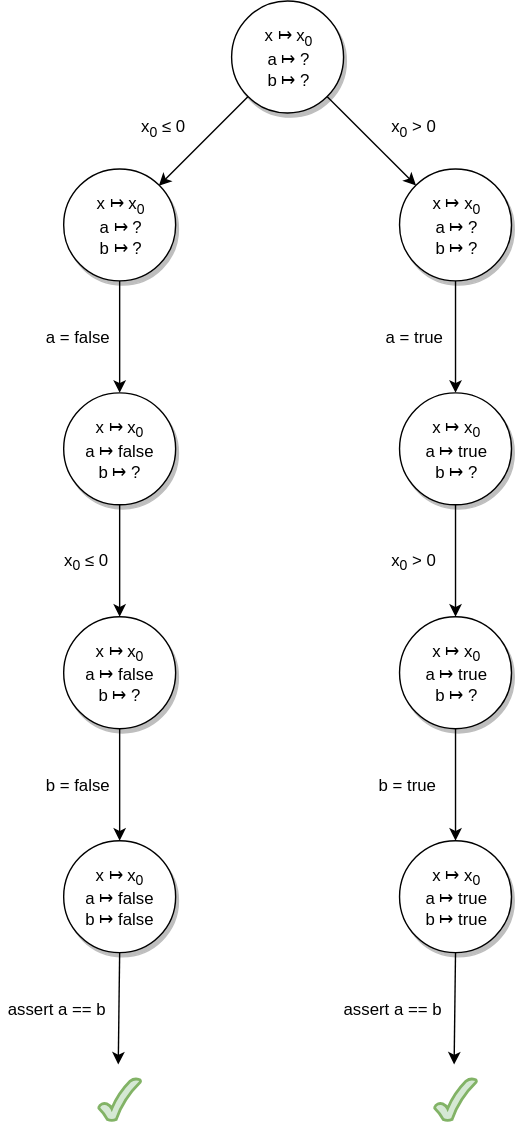
The draw.io diagram assets/doubleif_symbolic_tree.svg in pietrobraione/jbse-manual, before a commit. Source tidied: cells renumbered, new cells last; positions are measured from the earlier drawing's top-left corner, leaving out a move shared by most shapes. The source it was exported from:
```xml
<mxGraphModel>
  <root>
    <mxCell id="0" />
    <mxCell id="1" parent="0" />
    <mxCell id="2" style="edgeStyle=none;rounded=0;html=1;jettySize=auto;exitX=1;exitY=1;" parent="1" edge="1" source="4">
      <mxGeometry relative="1" as="geometry">
        <mxPoint x="296.7" y="131.7" as="targetPoint" />
      </mxGeometry>
    </mxCell>
    <mxCell id="3" style="edgeStyle=none;rounded=0;html=1;jettySize=auto;exitX=0;exitY=1;entryX=1;entryY=0;" parent="1" edge="1" source="4" target="8">
      <mxGeometry relative="1" as="geometry" />
    </mxCell>
    <mxCell id="4" value="x ↦ x&lt;sub&gt;0&lt;br&gt;&lt;/sub&gt;a ↦ ?&lt;br&gt;b ↦ ?&lt;br&gt;" style="ellipse;whiteSpace=wrap;html=1;shadow=1;gradientColor=none;" parent="1" vertex="1">
      <mxGeometry x="165" width="80" height="80" as="geometry" />
    </mxCell>
    <mxCell id="5" value="x&lt;sub&gt;0&lt;/sub&gt; ≤ 0" style="text;html=1;strokeColor=none;fillColor=none;align=center;verticalAlign=middle;whiteSpace=wrap;rounded=0;shadow=0;comic=0;" parent="1" vertex="1">
      <mxGeometry x="95" y="80" width="40" height="20" as="geometry" />
    </mxCell>
    <mxCell id="6" value="x&lt;sub&gt;0&lt;/sub&gt;&amp;nbsp;&amp;gt; 0" style="text;html=1;strokeColor=none;fillColor=none;align=center;verticalAlign=middle;whiteSpace=wrap;rounded=0;shadow=0;comic=0;" parent="1" vertex="1">
      <mxGeometry x="275" y="80" width="40" height="20" as="geometry" />
    </mxCell>
    <mxCell id="7" style="edgeStyle=none;rounded=0;html=1;exitX=0.5;exitY=1;entryX=0.5;entryY=1;jettySize=auto;orthogonalLoop=1;" parent="1" edge="1" source="6" target="6">
      <mxGeometry relative="1" as="geometry" />
    </mxCell>
    <mxCell id="8" value="x ↦ x&lt;sub&gt;0&lt;br&gt;&lt;/sub&gt;a ↦ ?&lt;br&gt;b ↦ ?&lt;br&gt;" style="ellipse;whiteSpace=wrap;html=1;shadow=1;gradientColor=none;" parent="1" vertex="1">
      <mxGeometry x="45" y="120" width="80" height="80" as="geometry" />
    </mxCell>
    <mxCell id="9" value="x ↦ x&lt;sub&gt;0&lt;br&gt;&lt;/sub&gt;a ↦ ?&lt;br&gt;b ↦ ?&lt;br&gt;" style="ellipse;whiteSpace=wrap;html=1;shadow=1;gradientColor=none;" parent="1" vertex="1">
      <mxGeometry x="285" y="120" width="80" height="80" as="geometry" />
    </mxCell>
    <mxCell id="10" style="edgeStyle=none;rounded=0;html=1;jettySize=auto;exitX=0.5;exitY=1;" parent="1" edge="1" source="8">
      <mxGeometry relative="1" as="geometry">
        <mxPoint x="85" y="280" as="targetPoint" />
      </mxGeometry>
    </mxCell>
    <mxCell id="11" style="edgeStyle=none;rounded=0;html=1;jettySize=auto;exitX=0.5;exitY=1;" parent="1" edge="1" source="9">
      <mxGeometry relative="1" as="geometry">
        <mxPoint x="325" y="280" as="targetPoint" />
      </mxGeometry>
    </mxCell>
    <mxCell id="12" value="x ↦ x&lt;sub&gt;0&lt;br&gt;&lt;/sub&gt;a ↦ false&lt;br&gt;b ↦ ?&lt;br&gt;" style="ellipse;whiteSpace=wrap;html=1;shadow=1;gradientColor=none;" parent="1" vertex="1">
      <mxGeometry x="45" y="280" width="80" height="80" as="geometry" />
    </mxCell>
    <mxCell id="13" value="x ↦ x&lt;sub&gt;0&lt;br&gt;&lt;/sub&gt;a ↦ true&lt;br&gt;b ↦ ?&lt;br&gt;" style="ellipse;whiteSpace=wrap;html=1;shadow=1;gradientColor=none;" parent="1" vertex="1">
      <mxGeometry x="285" y="280" width="80" height="80" as="geometry" />
    </mxCell>
    <mxCell id="14" value="a = false" style="text;html=1;strokeColor=none;fillColor=none;align=center;verticalAlign=middle;whiteSpace=wrap;rounded=0;shadow=0;comic=0;" parent="1" vertex="1">
      <mxGeometry x="30" y="230" width="50" height="20" as="geometry" />
    </mxCell>
    <mxCell id="15" value="a = true" style="text;html=1;strokeColor=none;fillColor=none;align=center;verticalAlign=middle;whiteSpace=wrap;rounded=0;shadow=0;comic=0;" parent="1" vertex="1">
      <mxGeometry x="270" y="230" width="50" height="20" as="geometry" />
    </mxCell>
    <mxCell id="16" style="edgeStyle=none;rounded=0;html=1;jettySize=auto;exitX=0.5;exitY=1;entryX=0.5;entryY=0;" parent="1" edge="1" source="12" target="20">
      <mxGeometry relative="1" as="geometry" />
    </mxCell>
    <mxCell id="17" style="edgeStyle=none;rounded=0;html=1;jettySize=auto;exitX=0.5;exitY=1;entryX=0.5;entryY=0;" parent="1" edge="1" source="13" target="21">
      <mxGeometry relative="1" as="geometry" />
    </mxCell>
    <mxCell id="18" value="x&lt;sub&gt;0&lt;/sub&gt; ≤ 0" style="text;html=1;strokeColor=none;fillColor=none;align=center;verticalAlign=middle;whiteSpace=wrap;rounded=0;shadow=0;comic=0;" parent="1" vertex="1">
      <mxGeometry x="40" y="390" width="40" height="20" as="geometry" />
    </mxCell>
    <mxCell id="19" value="x&lt;sub&gt;0&lt;/sub&gt;&amp;nbsp;&amp;gt; 0" style="text;html=1;strokeColor=none;fillColor=none;align=center;verticalAlign=middle;whiteSpace=wrap;rounded=0;shadow=0;comic=0;" parent="1" vertex="1">
      <mxGeometry x="275" y="390" width="40" height="20" as="geometry" />
    </mxCell>
    <mxCell id="20" value="x ↦ x&lt;sub&gt;0&lt;br&gt;&lt;/sub&gt;a ↦ false&lt;br&gt;b ↦ ?&lt;br&gt;" style="ellipse;whiteSpace=wrap;html=1;shadow=1;gradientColor=none;" parent="1" vertex="1">
      <mxGeometry x="45" y="440" width="80" height="80" as="geometry" />
    </mxCell>
    <mxCell id="21" value="x ↦ x&lt;sub&gt;0&lt;br&gt;&lt;/sub&gt;a ↦ true&lt;br&gt;b ↦ ?&lt;br&gt;" style="ellipse;whiteSpace=wrap;html=1;shadow=1;gradientColor=none;" parent="1" vertex="1">
      <mxGeometry x="285" y="440" width="80" height="80" as="geometry" />
    </mxCell>
    <mxCell id="22" style="edgeStyle=none;rounded=0;html=1;jettySize=auto;exitX=0.5;exitY=1;entryX=0.5;entryY=0;" parent="1" edge="1" source="20" target="24">
      <mxGeometry relative="1" as="geometry" />
    </mxCell>
    <mxCell id="23" style="edgeStyle=none;rounded=0;html=1;jettySize=auto;exitX=0.5;exitY=1;" parent="1" edge="1" source="21">
      <mxGeometry relative="1" as="geometry">
        <mxPoint x="325" y="600" as="targetPoint" />
      </mxGeometry>
    </mxCell>
    <mxCell id="24" value="x ↦ x&lt;sub&gt;0&lt;br&gt;&lt;/sub&gt;a ↦ false&lt;br&gt;b ↦ false&lt;br&gt;" style="ellipse;whiteSpace=wrap;html=1;shadow=1;gradientColor=none;" parent="1" vertex="1">
      <mxGeometry x="45" y="600" width="80" height="80" as="geometry" />
    </mxCell>
    <mxCell id="25" value="x ↦ x&lt;sub&gt;0&lt;br&gt;&lt;/sub&gt;a ↦ true&lt;br&gt;b ↦ true&lt;br&gt;" style="ellipse;whiteSpace=wrap;html=1;shadow=1;gradientColor=none;" parent="1" vertex="1">
      <mxGeometry x="285" y="600" width="80" height="80" as="geometry" />
    </mxCell>
    <mxCell id="26" value="b = false" style="text;html=1;strokeColor=none;fillColor=none;align=center;verticalAlign=middle;whiteSpace=wrap;rounded=0;shadow=0;comic=0;" parent="1" vertex="1">
      <mxGeometry x="30" y="550" width="50" height="20" as="geometry" />
    </mxCell>
    <mxCell id="27" value="b = true" style="text;html=1;strokeColor=none;fillColor=none;align=center;verticalAlign=middle;whiteSpace=wrap;rounded=0;shadow=0;comic=0;" parent="1" vertex="1">
      <mxGeometry x="265" y="550" width="50" height="20" as="geometry" />
    </mxCell>
    <mxCell id="28" style="verticalLabelPosition=bottom;verticalAlign=top;html=1;strokeWidth=2;shape=mxgraph.basic.tick;rounded=0;shadow=0;comic=0;fillColor=#d5e8d4;strokeColor=#82b366;" parent="1" vertex="1">
      <mxGeometry x="70" y="770" width="30" height="30" as="geometry" />
    </mxCell>
    <mxCell id="29" style="edgeStyle=none;rounded=0;html=1;jettySize=auto;entryX=0.5;entryY=0;exitX=0.5;exitY=1;" parent="1" edge="1" source="24">
      <mxGeometry relative="1" as="geometry">
        <mxPoint x="84" y="760" as="targetPoint" />
      </mxGeometry>
    </mxCell>
    <mxCell id="30" style="verticalLabelPosition=bottom;verticalAlign=top;html=1;strokeWidth=2;shape=mxgraph.basic.tick;rounded=0;shadow=0;comic=0;fillColor=#d5e8d4;strokeColor=#82b366;" parent="1" vertex="1">
      <mxGeometry x="310" y="770" width="30" height="30" as="geometry" />
    </mxCell>
    <mxCell id="31" style="edgeStyle=none;rounded=0;html=1;jettySize=auto;entryX=0.5;entryY=0;exitX=0.5;exitY=1;" parent="1" edge="1" source="25">
      <mxGeometry relative="1" as="geometry">
        <mxPoint x="324" y="760" as="targetPoint" />
      </mxGeometry>
    </mxCell>
    <mxCell id="32" value="assert a == b" style="text;html=1;strokeColor=none;fillColor=none;align=center;verticalAlign=middle;whiteSpace=wrap;rounded=0;shadow=0;comic=0;" parent="1" vertex="1">
      <mxGeometry y="710" width="80" height="20" as="geometry" />
    </mxCell>
    <mxCell id="33" value="assert a == b" style="text;html=1;strokeColor=none;fillColor=none;align=center;verticalAlign=middle;whiteSpace=wrap;rounded=0;shadow=0;comic=0;" parent="1" vertex="1">
      <mxGeometry x="240" y="710" width="80" height="20" as="geometry" />
    </mxCell>
  </root>
</mxGraphModel>
```
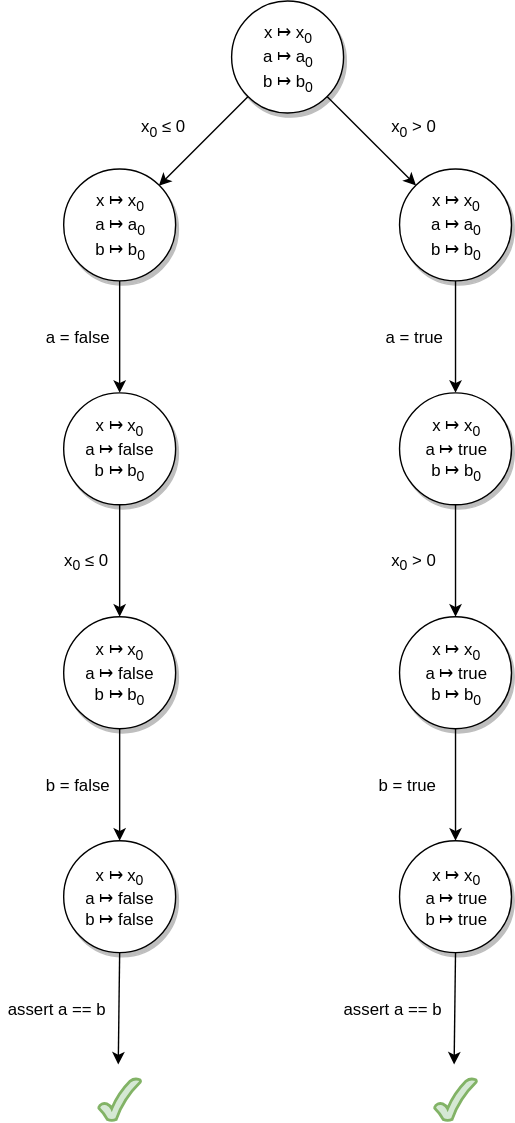
After the change.

Commit message:
Track 1 files into repository.

- modified assets/doubleif_symbolic_tree.svg

Discard 1 files from repository.

- untracked .DS_Store

Auto commit by GitBook Editor

The edit, as a diff of the source:
```diff
@@ -10,7 +10,7 @@
     <mxCell id="3" style="edgeStyle=none;rounded=0;html=1;jettySize=auto;exitX=0;exitY=1;entryX=1;entryY=0;" parent="1" edge="1" source="4" target="8">
       <mxGeometry relative="1" as="geometry" />
     </mxCell>
-    <mxCell id="4" value="x ↦ x&lt;sub&gt;0&lt;br&gt;&lt;/sub&gt;a ↦ ?&lt;br&gt;b ↦ ?&lt;br&gt;" style="ellipse;whiteSpace=wrap;html=1;shadow=1;gradientColor=none;" parent="1" vertex="1">
+    <mxCell id="4" value="x ↦ x&lt;sub&gt;0&lt;br&gt;&lt;/sub&gt;a ↦ a&lt;sub&gt;0&lt;/sub&gt;&lt;br&gt;b ↦ b&lt;sub&gt;0&lt;/sub&gt;&lt;br&gt;" style="ellipse;whiteSpace=wrap;html=1;shadow=1;gradientColor=none;" parent="1" vertex="1">
       <mxGeometry x="165" width="80" height="80" as="geometry" />
     </mxCell>
     <mxCell id="5" value="x&lt;sub&gt;0&lt;/sub&gt; ≤ 0" style="text;html=1;strokeColor=none;fillColor=none;align=center;verticalAlign=middle;whiteSpace=wrap;rounded=0;shadow=0;comic=0;" parent="1" vertex="1">
@@ -22,10 +22,10 @@
     <mxCell id="7" style="edgeStyle=none;rounded=0;html=1;exitX=0.5;exitY=1;entryX=0.5;entryY=1;jettySize=auto;orthogonalLoop=1;" parent="1" edge="1" source="6" target="6">
       <mxGeometry relative="1" as="geometry" />
     </mxCell>
-    <mxCell id="8" value="x ↦ x&lt;sub&gt;0&lt;br&gt;&lt;/sub&gt;a ↦ ?&lt;br&gt;b ↦ ?&lt;br&gt;" style="ellipse;whiteSpace=wrap;html=1;shadow=1;gradientColor=none;" parent="1" vertex="1">
+    <mxCell id="8" value="x ↦ x&lt;sub&gt;0&lt;br&gt;&lt;/sub&gt;a ↦ a&lt;sub&gt;0&lt;/sub&gt;&lt;br&gt;b ↦ b&lt;sub&gt;0&lt;/sub&gt;&lt;br&gt;" style="ellipse;whiteSpace=wrap;html=1;shadow=1;gradientColor=none;" parent="1" vertex="1">
       <mxGeometry x="45" y="120" width="80" height="80" as="geometry" />
     </mxCell>
-    <mxCell id="9" value="x ↦ x&lt;sub&gt;0&lt;br&gt;&lt;/sub&gt;a ↦ ?&lt;br&gt;b ↦ ?&lt;br&gt;" style="ellipse;whiteSpace=wrap;html=1;shadow=1;gradientColor=none;" parent="1" vertex="1">
+    <mxCell id="9" value="x ↦ x&lt;sub&gt;0&lt;br&gt;&lt;/sub&gt;a ↦ a&lt;sub&gt;0&lt;/sub&gt;&lt;br&gt;b ↦ b&lt;sub&gt;0&lt;/sub&gt;&lt;br&gt;" style="ellipse;whiteSpace=wrap;html=1;shadow=1;gradientColor=none;" parent="1" vertex="1">
       <mxGeometry x="285" y="120" width="80" height="80" as="geometry" />
     </mxCell>
     <mxCell id="10" style="edgeStyle=none;rounded=0;html=1;jettySize=auto;exitX=0.5;exitY=1;" parent="1" edge="1" source="8">
@@ -38,10 +38,10 @@
         <mxPoint x="325" y="280" as="targetPoint" />
       </mxGeometry>
     </mxCell>
-    <mxCell id="12" value="x ↦ x&lt;sub&gt;0&lt;br&gt;&lt;/sub&gt;a ↦ false&lt;br&gt;b ↦ ?&lt;br&gt;" style="ellipse;whiteSpace=wrap;html=1;shadow=1;gradientColor=none;" parent="1" vertex="1">
+    <mxCell id="12" value="x ↦ x&lt;sub&gt;0&lt;br&gt;&lt;/sub&gt;a ↦ false&lt;br&gt;b ↦ b&lt;sub&gt;0&lt;/sub&gt;&lt;br&gt;" style="ellipse;whiteSpace=wrap;html=1;shadow=1;gradientColor=none;" parent="1" vertex="1">
       <mxGeometry x="45" y="280" width="80" height="80" as="geometry" />
     </mxCell>
-    <mxCell id="13" value="x ↦ x&lt;sub&gt;0&lt;br&gt;&lt;/sub&gt;a ↦ true&lt;br&gt;b ↦ ?&lt;br&gt;" style="ellipse;whiteSpace=wrap;html=1;shadow=1;gradientColor=none;" parent="1" vertex="1">
+    <mxCell id="13" value="x ↦ x&lt;sub&gt;0&lt;br&gt;&lt;/sub&gt;a ↦ true&lt;br&gt;b ↦ b&lt;sub&gt;0&lt;/sub&gt;&lt;br&gt;" style="ellipse;whiteSpace=wrap;html=1;shadow=1;gradientColor=none;" parent="1" vertex="1">
       <mxGeometry x="285" y="280" width="80" height="80" as="geometry" />
     </mxCell>
     <mxCell id="14" value="a = false" style="text;html=1;strokeColor=none;fillColor=none;align=center;verticalAlign=middle;whiteSpace=wrap;rounded=0;shadow=0;comic=0;" parent="1" vertex="1">
@@ -62,10 +62,10 @@
     <mxCell id="19" value="x&lt;sub&gt;0&lt;/sub&gt;&amp;nbsp;&amp;gt; 0" style="text;html=1;strokeColor=none;fillColor=none;align=center;verticalAlign=middle;whiteSpace=wrap;rounded=0;shadow=0;comic=0;" parent="1" vertex="1">
       <mxGeometry x="275" y="390" width="40" height="20" as="geometry" />
     </mxCell>
-    <mxCell id="20" value="x ↦ x&lt;sub&gt;0&lt;br&gt;&lt;/sub&gt;a ↦ false&lt;br&gt;b ↦ ?&lt;br&gt;" style="ellipse;whiteSpace=wrap;html=1;shadow=1;gradientColor=none;" parent="1" vertex="1">
+    <mxCell id="20" value="x ↦ x&lt;sub&gt;0&lt;br&gt;&lt;/sub&gt;a ↦ false&lt;br&gt;b ↦ b&lt;sub&gt;0&lt;/sub&gt;&lt;br&gt;" style="ellipse;whiteSpace=wrap;html=1;shadow=1;gradientColor=none;" parent="1" vertex="1">
       <mxGeometry x="45" y="440" width="80" height="80" as="geometry" />
     </mxCell>
-    <mxCell id="21" value="x ↦ x&lt;sub&gt;0&lt;br&gt;&lt;/sub&gt;a ↦ true&lt;br&gt;b ↦ ?&lt;br&gt;" style="ellipse;whiteSpace=wrap;html=1;shadow=1;gradientColor=none;" parent="1" vertex="1">
+    <mxCell id="21" value="x ↦ x&lt;sub&gt;0&lt;br&gt;&lt;/sub&gt;a ↦ true&lt;br&gt;b ↦ b&lt;sub&gt;0&lt;/sub&gt;&lt;br&gt;" style="ellipse;whiteSpace=wrap;html=1;shadow=1;gradientColor=none;" parent="1" vertex="1">
       <mxGeometry x="285" y="440" width="80" height="80" as="geometry" />
     </mxCell>
     <mxCell id="22" style="edgeStyle=none;rounded=0;html=1;jettySize=auto;exitX=0.5;exitY=1;entryX=0.5;entryY=0;" parent="1" edge="1" source="20" target="24">
```
